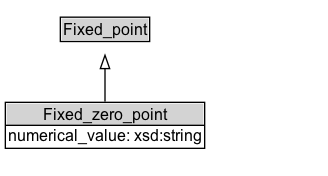
Before: docs/diagrams/Fixed_zero_point.dot.png, a diagram exported from Graphviz (ISO-TC204/ontology-i72-v1). Its source is kept beside it as docs/diagrams/Fixed_zero_point.dot. Source of this version:
```dot
digraph {
	graph [overlap=false rankdir=TB splines=true]
	node [fontname=Arial fontsize=12 margin=0 shape=none]
	edge [fontname=Arial fontsize=11]
	{
		rank=max
		Fixed_zero_point [label=<<TABLE BORDER="1" CELLBORDER="0" CELLSPACING="0" CELLPADDING="1"><TR><TD BGCOLOR="lightgray" ALIGN="CENTER" PORT="e">Fixed_zero_point</TD></TR><HR/><TR><TD ALIGN="LEFT">numerical_value: xsd:string</TD></TR></TABLE>> URL="../Fixed_zero_point.md" margin=0]
	}
	subgraph cluster_associated {
		label="" style=invis
		Invis [label=<<TABLE BORDER="0" CELLBORDER="0" CELLSPACING="0" CELLPADDING="1"><TR><TD></TD></TR></TABLE>> margin=0 style=invis]
	}
	Fixed_point [label=<<TABLE BORDER="1" CELLBORDER="0" CELLSPACING="0" CELLPADDING="1"><TR><TD BGCOLOR="lightgray" ALIGN="CENTER">Fixed_point</TD></TR></TABLE>> URL="../Fixed_point.md" margin=0]
	Fixed_zero_point -> Fixed_point [arrowhead=onormal style=solid]
}
```
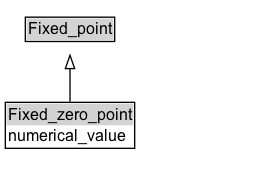
Later version of the same file.

Diff of the diagram source:
```diff
@@ -3,13 +3,16 @@
 	node [fontname=Arial fontsize=12 margin=0 shape=none]
 	edge [fontname=Arial fontsize=11]
 	{
+		rank=source
+		Fixed_point [label=<<TABLE BORDER="1" CELLBORDER="0" CELLSPACING="0" CELLPADDING="1"><TR><TD BGCOLOR="lightgray" ALIGN="CENTER">Fixed_point</TD></TR></TABLE>> URL="../Fixed_point" margin=0]
+	}
+	Fixed_zero_point [label=<<TABLE BORDER="1" CELLBORDER="0" CELLSPACING="0" CELLPADDING="1"><TR><TD BGCOLOR="lightgray" ALIGN="CENTER">Fixed_zero_point</TD></TR><TR><TD ALIGN="LEFT">numerical_value</TD></TR></TABLE>> URL="../Fixed_zero_point" margin=0]
+	{
 		rank=max
-		Fixed_zero_point [label=<<TABLE BORDER="1" CELLBORDER="0" CELLSPACING="0" CELLPADDING="1"><TR><TD BGCOLOR="lightgray" ALIGN="CENTER" PORT="e">Fixed_zero_point</TD></TR><HR/><TR><TD ALIGN="LEFT">numerical_value: xsd:string</TD></TR></TABLE>> URL="../Fixed_zero_point.md" margin=0]
 	}
 	subgraph cluster_associated {
 		label="" style=invis
 		Invis [label=<<TABLE BORDER="0" CELLBORDER="0" CELLSPACING="0" CELLPADDING="1"><TR><TD></TD></TR></TABLE>> margin=0 style=invis]
 	}
-	Fixed_point [label=<<TABLE BORDER="1" CELLBORDER="0" CELLSPACING="0" CELLPADDING="1"><TR><TD BGCOLOR="lightgray" ALIGN="CENTER">Fixed_point</TD></TR></TABLE>> URL="../Fixed_point.md" margin=0]
 	Fixed_zero_point -> Fixed_point [arrowhead=onormal style=solid]
 }
```
